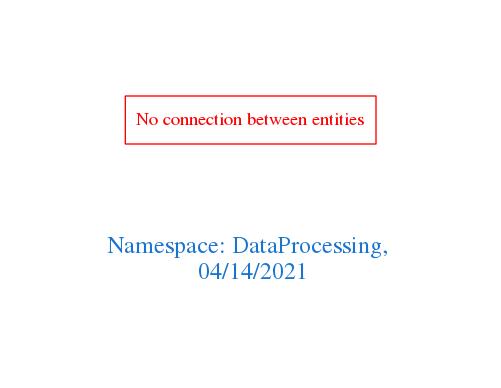
Above: downloads/DataProcessing.png in arago/OGIT (Graphviz), before the change. Its source is kept beside it as downloads/DataProcessing.dot.
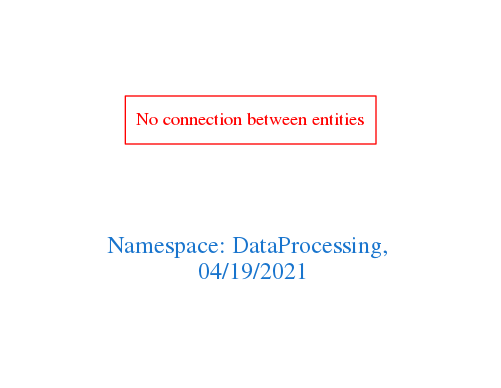
Later version of the same file.

Change to the diagram source:
```diff
@@ -1,7 +1,7 @@
 digraph OGIT_ontology {
  graph [ rankdir= LR,pad=1
 fontsize = 18,
-fontcolor= dodgerblue3,label = "\n\n\nNamespace: DataProcessing, \n 04/14/2021"];
+fontcolor= dodgerblue3,label = "\n\n\nNamespace: DataProcessing, \n 04/19/2021"];
 node[shape=polygon];
 edge [  color="gray81"];
 
```
